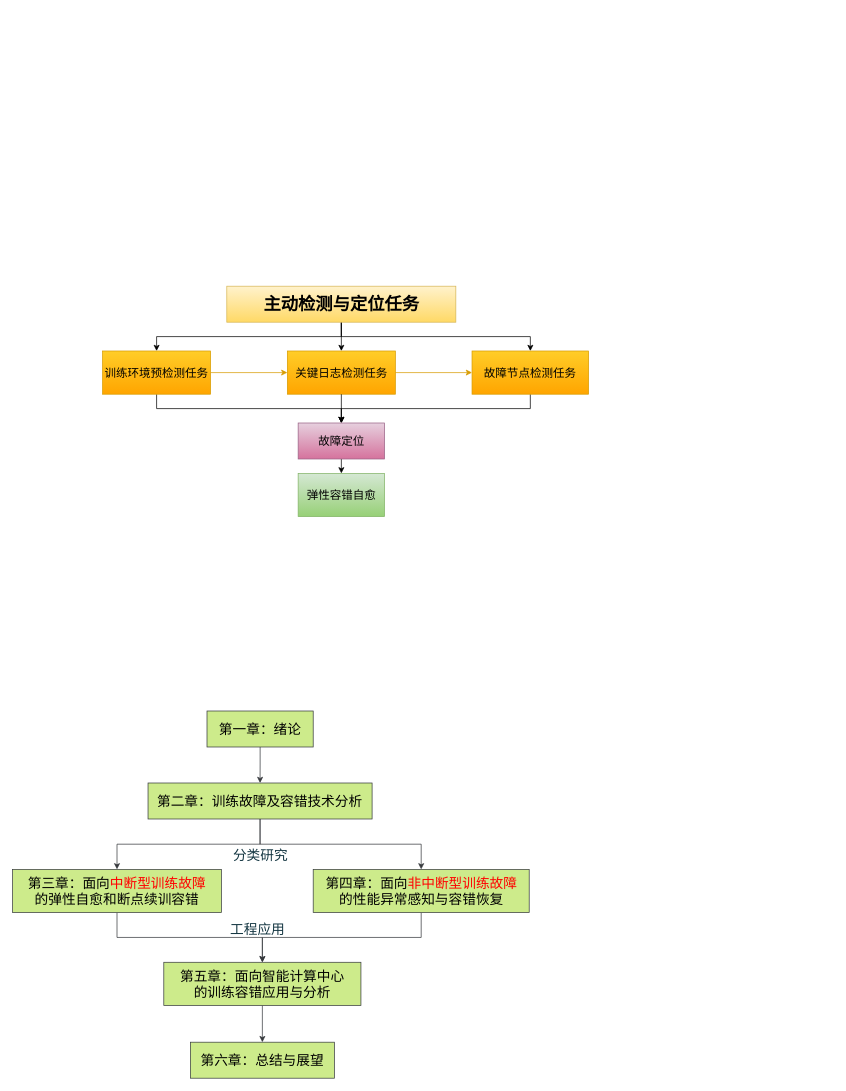
Earlier version of the draw.io diagram 未命名绘图.drawio (Pistachiout/Pistachiout.github.io). Source tidied: cells renumbered, new cells numbered last; positions are measured from the earlier drawing's top-left corner, leaving out a move shared by most shapes. Both pictures are drawn from the tidied source at 72%, with x=0, y=0 at pixel (12, 286).
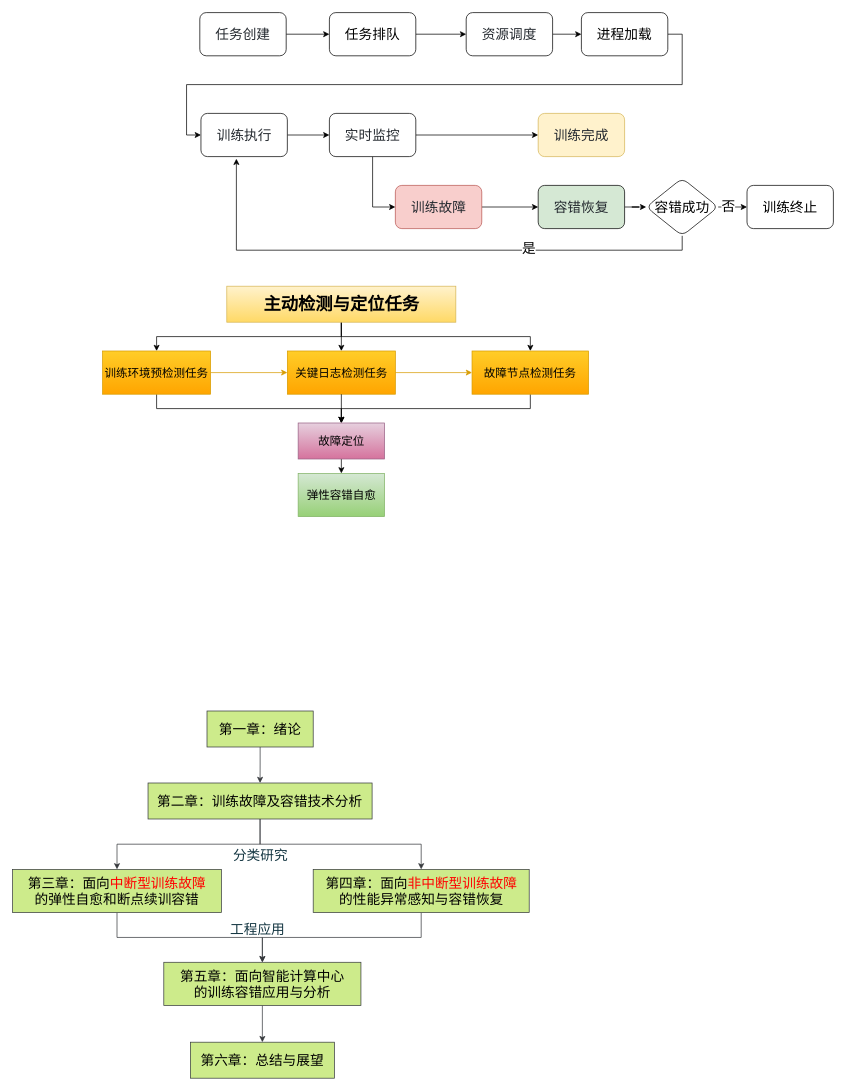
Above is the later version.

Commit message:
更新未命名绘图.drawio

The edit, as a diff of the source:
```diff
@@
+    <mxCell id="32" style="edgeStyle=orthogonalEdgeStyle;rounded=0;jettySize=auto;html=1;exitX=1;exitY=0.5;exitDx=0;exitDy=0;entryX=0;entryY=0.5;entryDx=0;entryDy=0;fontFamily=Verdana;fontSize=19;fontStyle=0;" parent="1" edge="1" source="33" target="36">
+      <mxGeometry relative="1" as="geometry" />
+    </mxCell>
+    <mxCell id="33" value="&lt;span style=&quot;color: rgb(36, 41, 47); text-align: start; background-color: rgb(255, 255, 255);&quot;&gt;训练执行&lt;/span&gt;" style="whiteSpace=wrap;html=1;rounded=1;fontFamily=Verdana;fontSize=19;fontStyle=0;" parent="1" vertex="1">
+      <mxGeometry x="261.6" y="-240" width="120" height="60" as="geometry" />
+    </mxCell>
+    <mxCell id="34" style="edgeStyle=orthogonalEdgeStyle;rounded=0;jettySize=auto;html=1;exitX=0.5;exitY=1;exitDx=0;exitDy=0;entryX=0;entryY=0.5;entryDx=0;entryDy=0;fontFamily=Verdana;fontSize=19;fontStyle=0;" parent="1" edge="1" source="36" target="40">
+      <mxGeometry relative="1" as="geometry" />
+    </mxCell>
+    <mxCell id="35" style="edgeStyle=orthogonalEdgeStyle;rounded=0;jettySize=auto;html=1;exitX=1;exitY=0.5;exitDx=0;exitDy=0;entryX=0;entryY=0.5;entryDx=0;entryDy=0;fontFamily=Verdana;fontSize=19;fontStyle=0;" parent="1" edge="1" source="36" target="42">
+      <mxGeometry relative="1" as="geometry" />
+    </mxCell>
+    <mxCell id="36" value="&lt;span style=&quot;color: rgb(36, 41, 47); text-align: start; background-color: rgb(255, 255, 255);&quot;&gt;实时监控&lt;/span&gt;" style="rounded=1;whiteSpace=wrap;html=1;fontFamily=Verdana;fontSize=19;fontStyle=0;" parent="1" vertex="1">
+      <mxGeometry x="440" y="-240" width="120" height="60" as="geometry" />
+    </mxCell>
+    <mxCell id="37" style="edgeStyle=orthogonalEdgeStyle;rounded=0;jettySize=auto;html=1;fontFamily=Verdana;fontSize=19;fontStyle=0;" parent="1" edge="1" source="38" target="46">
+      <mxGeometry relative="1" as="geometry" />
+    </mxCell>
+    <mxCell id="38" value="&lt;span style=&quot;color: rgb(36, 41, 47); text-align: start;&quot;&gt;容错恢复&lt;/span&gt;" style="rounded=1;whiteSpace=wrap;html=1;fontFamily=Verdana;fontSize=19;fontStyle=0;fillColor=#d5e8d4;strokeColor=default;labelBackgroundColor=none;" parent="1" vertex="1">
+      <mxGeometry x="730" y="-140" width="120" height="60" as="geometry" />
+    </mxCell>
+    <mxCell id="39" style="edgeStyle=orthogonalEdgeStyle;rounded=0;jettySize=auto;html=1;exitX=1;exitY=0.5;exitDx=0;exitDy=0;entryX=0;entryY=0.5;entryDx=0;entryDy=0;fontFamily=Verdana;fontSize=19;fontStyle=0;" parent="1" edge="1" source="40" target="38">
+      <mxGeometry relative="1" as="geometry" />
+    </mxCell>
+    <mxCell id="40" value="&lt;span style=&quot;color: rgb(36, 41, 47); text-align: start;&quot;&gt;训练故障&lt;/span&gt;" style="rounded=1;whiteSpace=wrap;html=1;fontFamily=Verdana;fontSize=19;fontStyle=0;fillColor=#f8cecc;strokeColor=#b85450;labelBackgroundColor=none;" parent="1" vertex="1">
+      <mxGeometry x="531.6" y="-140" width="120" height="60" as="geometry" />
+    </mxCell>
+    <mxCell id="41" value="&lt;div style=&quot;text-align: start;&quot;&gt;训练终止&lt;/div&gt;" style="rounded=1;whiteSpace=wrap;html=1;fontFamily=Verdana;fontSize=19;fontStyle=0;" parent="1" vertex="1">
+      <mxGeometry x="1020" y="-140" width="120" height="60" as="geometry" />
+    </mxCell>
+    <mxCell id="42" value="&lt;div style=&quot;text-align: start;&quot;&gt;&lt;font color=&quot;#24292f&quot;&gt;&lt;span style=&quot;&quot;&gt;&lt;span&gt;训练完成&lt;/span&gt;&lt;/span&gt;&lt;/font&gt;&lt;/div&gt;" style="rounded=1;whiteSpace=wrap;html=1;fontFamily=Verdana;fontSize=19;fontStyle=0;fillColor=#fff2cc;strokeColor=#d6b656;labelBackgroundColor=none;" parent="1" vertex="1">
+      <mxGeometry x="730" y="-240" width="120" height="60" as="geometry" />
+    </mxCell>
+    <mxCell id="43" style="edgeStyle=orthogonalEdgeStyle;rounded=0;orthogonalLoop=1;jettySize=auto;html=1;exitX=0.5;exitY=1;exitDx=0;exitDy=0;fontFamily=Verdana;fontSize=19;fontStyle=0;" parent="1" edge="1" source="42" target="42">
+      <mxGeometry relative="1" as="geometry" />
+    </mxCell>
+    <mxCell id="44" style="edgeStyle=orthogonalEdgeStyle;rounded=0;jettySize=auto;html=1;exitX=1;exitY=0.5;exitDx=0;exitDy=0;entryX=0;entryY=0.5;entryDx=0;entryDy=0;fontFamily=Verdana;fontSize=19;fontStyle=0;" parent="1" edge="1" source="46" target="41">
+      <mxGeometry relative="1" as="geometry" />
+    </mxCell>
+    <mxCell id="45" value="否" style="edgeLabel;html=1;align=center;verticalAlign=middle;fontFamily=Verdana;fontSize=19;fontStyle=0;" parent="44" vertex="1">
+      <mxGeometry x="-0.33" y="2" relative="1" as="geometry" />
+    </mxCell>
+    <mxCell id="46" value="容错成功" style="rhombus;whiteSpace=wrap;html=1;rounded=1;fontFamily=Verdana;fontSize=19;fontStyle=0;" parent="1" vertex="1">
+      <mxGeometry x="880" y="-150" width="100" height="80" as="geometry" />
+    </mxCell>
+    <mxCell id="47" style="edgeStyle=orthogonalEdgeStyle;rounded=0;jettySize=auto;html=1;fontFamily=Verdana;fontSize=19;fontStyle=0;" parent="1" edge="1" source="48" target="52">
+      <mxGeometry relative="1" as="geometry" />
+    </mxCell>
+    <mxCell id="48" value="&lt;span style=&quot;color: rgb(36, 41, 47); text-align: start; background-color: rgb(255, 255, 255);&quot;&gt;任务创建&lt;/span&gt;" style="rounded=1;whiteSpace=wrap;html=1;fontFamily=Verdana;fontSize=19;fontStyle=0;" parent="1" vertex="1">
+      <mxGeometry x="260" y="-380" width="120" height="60" as="geometry" />
+    </mxCell>
+    <mxCell id="49" style="edgeStyle=orthogonalEdgeStyle;rounded=0;jettySize=auto;html=1;fontFamily=Verdana;fontSize=19;fontStyle=0;" parent="1" edge="1" source="50" target="54">
+      <mxGeometry relative="1" as="geometry" />
+    </mxCell>
+    <mxCell id="50" value="&lt;span style=&quot;color: rgb(36, 41, 47); text-align: start; background-color: rgb(255, 255, 255);&quot;&gt;资源调度&lt;/span&gt;" style="rounded=1;whiteSpace=wrap;html=1;fontFamily=Verdana;fontSize=19;fontStyle=0;" parent="1" vertex="1">
+      <mxGeometry x="630" y="-380" width="120" height="60" as="geometry" />
+    </mxCell>
+    <mxCell id="51" style="edgeStyle=orthogonalEdgeStyle;rounded=0;jettySize=auto;html=1;fontFamily=Verdana;fontSize=19;fontStyle=0;" parent="1" edge="1" source="52" target="50">
+      <mxGeometry relative="1" as="geometry" />
+    </mxCell>
+    <mxCell id="52" value="任务排队" style="whiteSpace=wrap;html=1;rounded=1;fontFamily=Verdana;fontSize=19;fontStyle=0;" parent="1" vertex="1">
+      <mxGeometry x="440" y="-380" width="120" height="60" as="geometry" />
+    </mxCell>
+    <mxCell id="53" style="edgeStyle=orthogonalEdgeStyle;rounded=0;jettySize=auto;html=1;exitX=1;exitY=0.5;exitDx=0;exitDy=0;entryX=0;entryY=0.5;entryDx=0;entryDy=0;fontFamily=Verdana;fontSize=19;fontStyle=0;" parent="1" edge="1" source="54" target="33">
+      <mxGeometry relative="1" as="geometry" />
+    </mxCell>
+    <mxCell id="54" value="进程加载" style="whiteSpace=wrap;html=1;rounded=1;fontFamily=Verdana;fontSize=19;fontStyle=0;" parent="1" vertex="1">
+      <mxGeometry x="790" y="-380" width="120" height="60" as="geometry" />
+    </mxCell>
+    <mxCell id="55" style="edgeStyle=orthogonalEdgeStyle;rounded=0;jettySize=auto;html=1;exitX=0.5;exitY=1;exitDx=0;exitDy=0;entryX=0.41;entryY=1.05;entryDx=0;entryDy=0;entryPerimeter=0;fontSize=19;" parent="1" edge="1" source="46" target="33">
+      <mxGeometry relative="1" as="geometry" />
+    </mxCell>
+    <mxCell id="56" value="是" style="edgeLabel;html=1;align=center;verticalAlign=middle;fontSize=19;" parent="55" vertex="1">
+      <mxGeometry x="-0.39" y="-2" relative="1" as="geometry" />
+    </mxCell>
```
